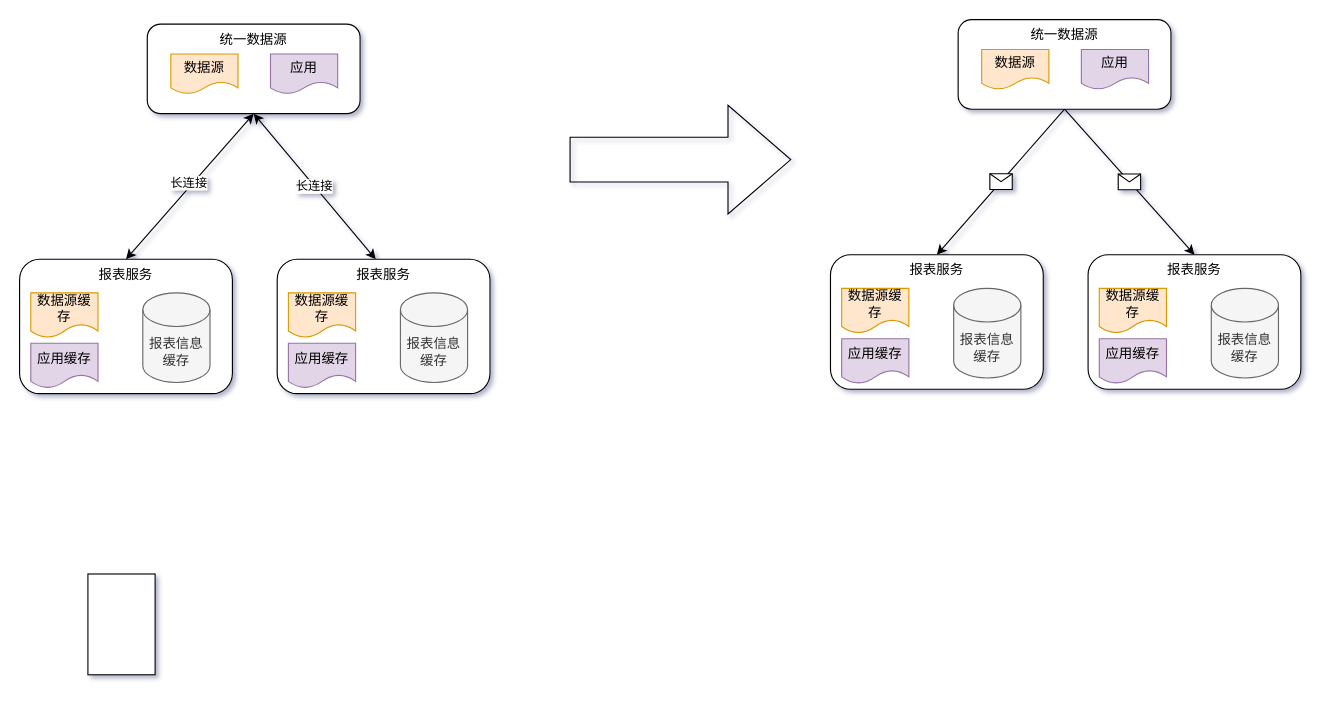
cwsheng/drawingio keeps this draw.io diagram as 关系图.drawio. Above is the earlier version. Source tidied: cells renumbered, new cells numbered last; positions are measured from the earlier drawing's top-left corner, leaving out a move shared by most shapes. Both pictures are drawn from the tidied source at 112%, with x=0, y=0 at pixel (19, 19).
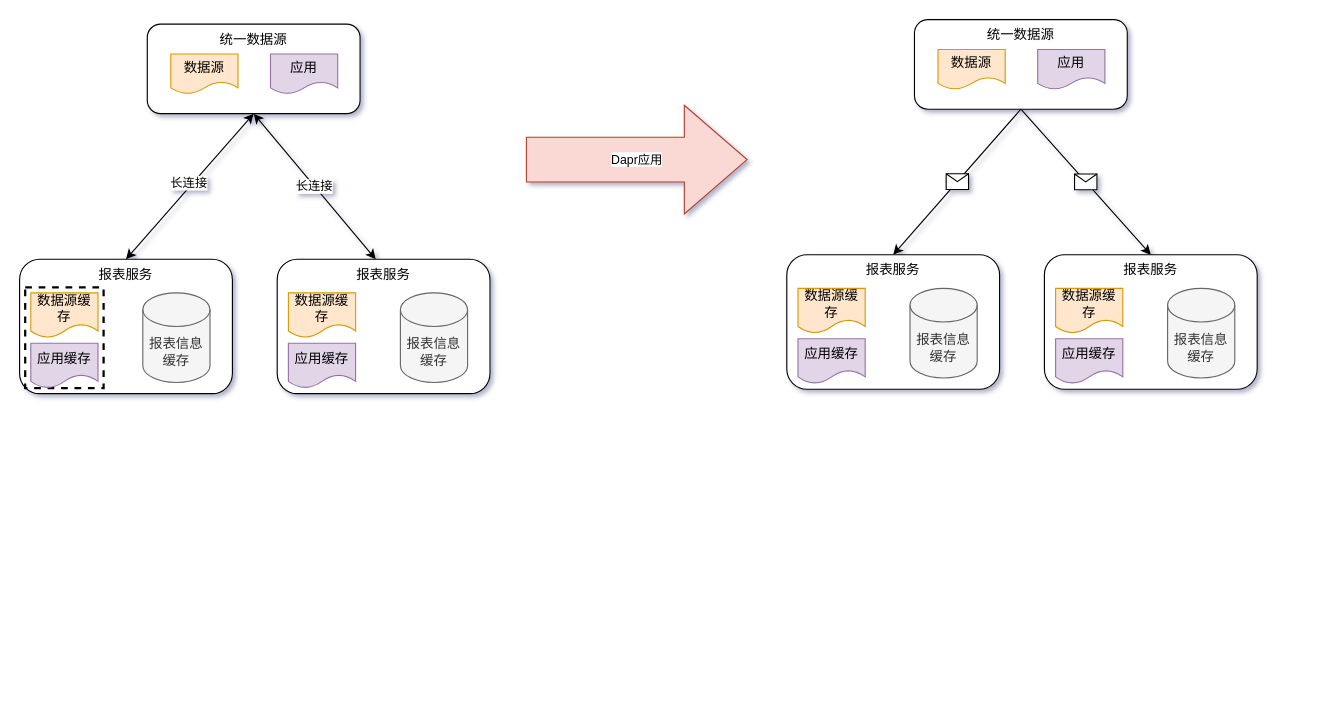
The same diagram, later.

Commit message (it also covers changes not shown here):
更新关系图.drawio

Change to the diagram source:
```diff
@@
     <mxCell id="6" style="group;" parent="1" vertex="1">
-      <mxGeometry x="954" y="210" width="190" height="120" as="geometry" />
+      <mxGeometry x="915" y="210" width="190" height="120" as="geometry" />
     </mxCell>
@@
     <mxCell id="11" style="group;" parent="1" vertex="1">
-      <mxGeometry x="724" y="210" width="190" height="120" as="geometry" />
+      <mxGeometry x="685" y="210" width="190" height="120" as="geometry" />
     </mxCell>
@@
     <mxCell id="16" style="group;" parent="1" vertex="1">
-      <mxGeometry x="838" width="190" height="80" as="geometry" />
+      <mxGeometry x="799" width="190" height="80" as="geometry" />
     </mxCell>
@@
     <mxCell id="25" style="group;" parent="1" vertex="1">
-      <mxGeometry y="214" width="190" height="120" as="geometry" />
+      <mxGeometry y="214" width="190" height="140" as="geometry" />
     </mxCell>
@@
+    <mxCell id="38" style="rounded=0;whiteSpace=wrap;html=1;dashed=1;strokeWidth=2;" parent="25" vertex="1">
+      <mxGeometry x="5" y="25" width="70" height="90" as="geometry" />
+    </mxCell>
@@
-    <mxCell id="34" style="shape=flexArrow;endArrow=classic;html=1;rounded=0;endWidth=56;endSize=18.33;width=40;" parent="1" edge="1">
+    <mxCell id="34" value="Dapr应用" style="shape=flexArrow;endArrow=classic;html=1;rounded=0;endWidth=56;endSize=18.33;width=40;fillColor=#fad9d5;strokeColor=#ae4132;" parent="1" edge="1">
       <mxGeometry relative="1" as="geometry">
-        <mxPoint x="491" y="125" as="sourcePoint" />
-        <mxPoint x="689" y="125" as="targetPoint" />
+        <mxPoint x="452" y="125" as="sourcePoint" />
+        <mxPoint x="650" y="125" as="targetPoint" />
       </mxGeometry>
     </mxCell>
@@
-    <mxCell id="38" style="rounded=0;whiteSpace=wrap;html=1;" parent="1" vertex="1">
-      <mxGeometry x="61" y="495" width="60" height="90" as="geometry" />
-    </mxCell>
```
